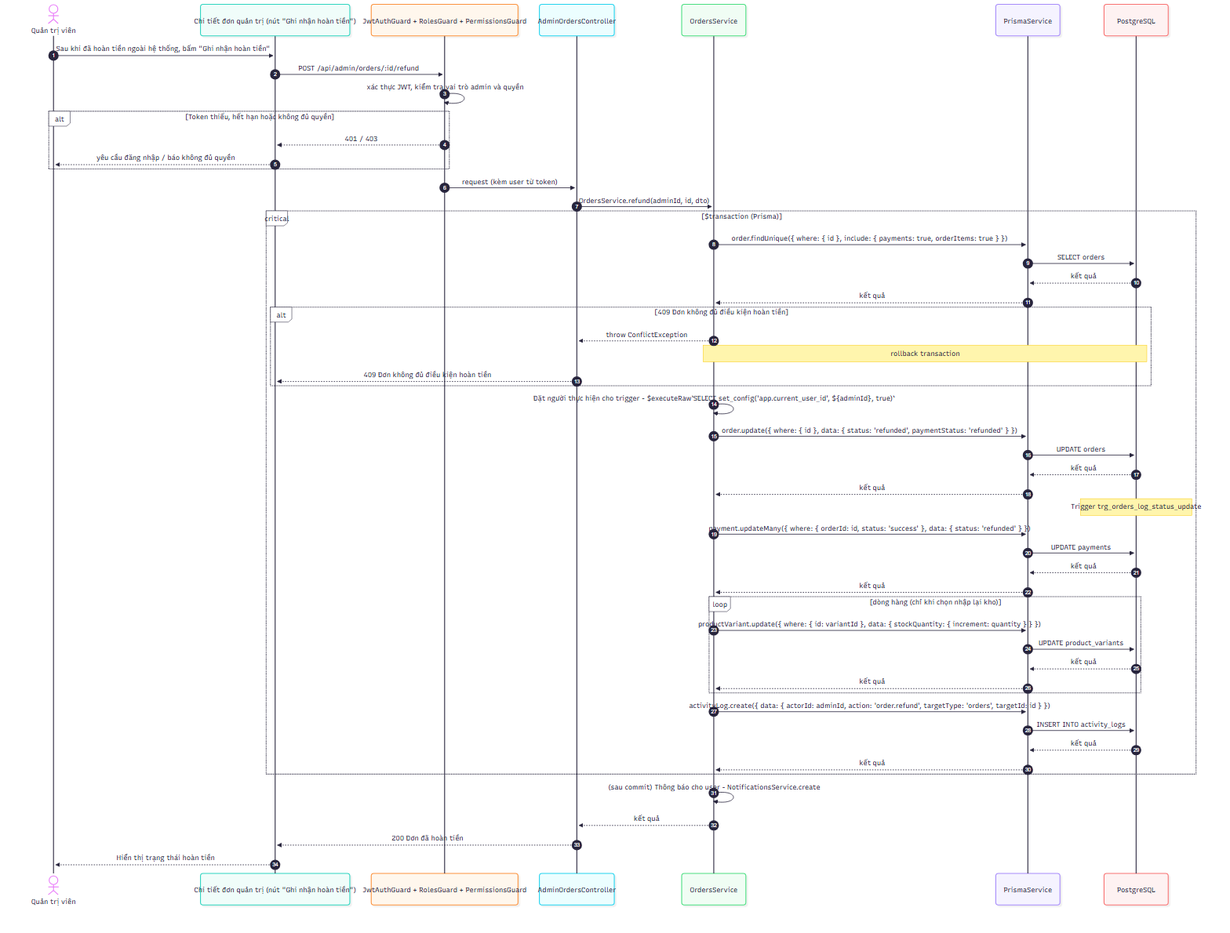
2431540234-arch/XDUDTMDT keeps this Mermaid diagram as docs/diagrams/png/sequence_UC-ADM-23_hoan-tien-thu-cong.png. Above is the earlier version. Its source is kept beside it as docs/diagrams/src/sequence_UC-ADM-23_hoan-tien-thu-cong.mmd. The source it was exported from:
```mermaid
sequenceDiagram
    autonumber
    actor A as Quản trị viên
    participant FE as Chi tiết đơn quản trị (nút "Ghi nhận hoàn tiền")
    participant G as JwtAuthGuard + RolesGuard + PermissionsGuard
    participant C as AdminOrdersController
    participant S as OrdersService
    participant P as PrismaService
    participant D as PostgreSQL
    A->>FE: Sau khi đã hoàn tiền ngoài hệ thống, bấm "Ghi nhận hoàn tiền"
    FE->>G: POST /api/admin/orders/:id/refund
    G->>G: xác thực JWT, kiểm tra vai trò admin và quyền
    alt Token thiếu, hết hạn hoặc không đủ quyền
        G-->>FE: 401 / 403
        FE-->>A: yêu cầu đăng nhập / báo không đủ quyền
    end
    G->>C: request (kèm user từ token)
    C->>S: OrdersService.refund(adminId, id, dto)
    critical $transaction (Prisma)
        S->>P: order.findUnique({ where: { id }, include: { payments: true, orderItems: true } })
        P->>D: SELECT orders
        D-->>P: kết quả
        P-->>S: kết quả
        alt 409 Đơn không đủ điều kiện hoàn tiền
            S-->>C: throw ConflictException
            Note over S,D: rollback transaction
            C-->>FE: 409 Đơn không đủ điều kiện hoàn tiền
        end
        S->>S: Đặt người thực hiện cho trigger - $executeRaw`SELECT set_config('app.current_user_id', ${adminId}, true)`
        S->>P: order.update({ where: { id }, data: { status: 'refunded', paymentStatus: 'refunded' } })
        P->>D: UPDATE orders
        D-->>P: kết quả
        P-->>S: kết quả
        Note over D: Trigger trg_orders_log_status_update
        S->>P: payment.updateMany({ where: { orderId: id, status: 'success' }, data: { status: 'refunded' } })
        P->>D: UPDATE payments
        D-->>P: kết quả
        P-->>S: kết quả
        loop dòng hàng (chỉ khi chọn nhập lại kho)
            S->>P: productVariant.update({ where: { id: variantId }, data: { stockQuantity: { increment: quantity } } })
            P->>D: UPDATE product_variants
            D-->>P: kết quả
            P-->>S: kết quả
        end
        S->>P: activityLog.create({ data: { actorId: adminId, action: 'order.refund', targetType: 'orders', targetId: id } })
        P->>D: INSERT INTO activity_logs
        D-->>P: kết quả
        P-->>S: kết quả
    end
    S->>S: (sau commit) Thông báo cho user - NotificationsService.create
    S-->>C: kết quả
    C-->>FE: 200 Đơn đã hoàn tiền
    FE-->>A: Hiển thị trạng thái hoàn tiền
```
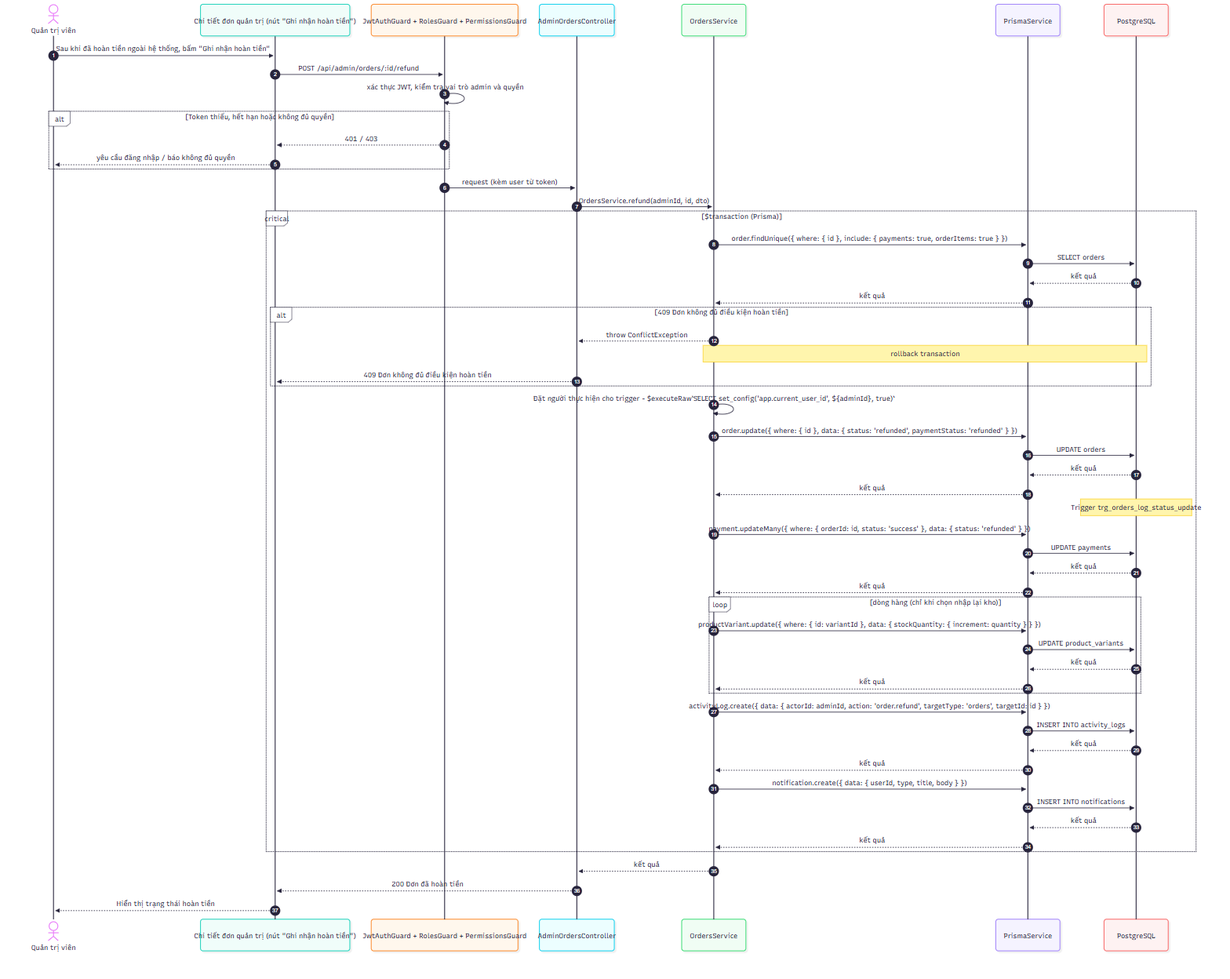
After the commit.

Change to the diagram source:
```diff
@@ -46,8 +46,11 @@
         P->>D: INSERT INTO activity_logs
         D-->>P: kết quả
         P-->>S: kết quả
+        S->>P: notification.create({ data: { userId, type, title, body } })
+        P->>D: INSERT INTO notifications
+        D-->>P: kết quả
+        P-->>S: kết quả
     end
-    S->>S: (sau commit) Thông báo cho user - NotificationsService.create
     S-->>C: kết quả
     C-->>FE: 200 Đơn đã hoàn tiền
     FE-->>A: Hiển thị trạng thái hoàn tiền
```
